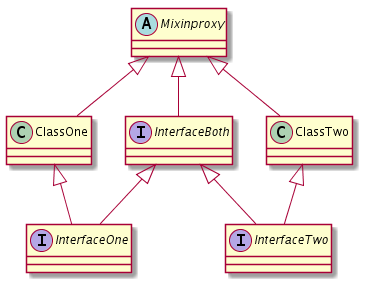
This is uml_what.png from SimonGrad/JavaMixins, a PlantUML export, as it was before one commit. Its diagram source:
```plantuml
@startuml

abstract class Mixinproxy
interface InterfaceOne
interface InterfaceTwo
interface InterfaceBoth

ClassOne <|-- InterfaceOne
ClassTwo <|-- InterfaceTwo
InterfaceBoth <|-- InterfaceOne
InterfaceBoth <|-- InterfaceTwo
Mixinproxy <|-- InterfaceBoth
Mixinproxy <|-- ClassOne
Mixinproxy <|-- ClassTwo

@enduml
```
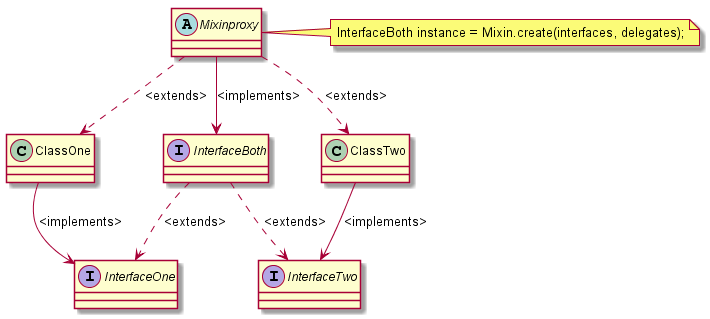
The same file after the commit.

Commit message:
Extended diagram

Diff of the diagram source:
```diff
@@ -1,16 +1,17 @@
 @startuml
-
 abstract class Mixinproxy
 interface InterfaceOne
 interface InterfaceTwo
 interface InterfaceBoth
 
-ClassOne <|-- InterfaceOne
-ClassTwo <|-- InterfaceTwo
-InterfaceBoth <|-- InterfaceOne
-InterfaceBoth <|-- InterfaceTwo
-Mixinproxy <|-- InterfaceBoth
-Mixinproxy <|-- ClassOne
-Mixinproxy <|-- ClassTwo
+ClassOne --> InterfaceOne : <implements>
+ClassTwo --> InterfaceTwo : <implements>
+InterfaceBoth ..> InterfaceOne : <extends>
+InterfaceBoth ..> InterfaceTwo : <extends>
+Mixinproxy --> InterfaceBoth : <implements>
+Mixinproxy ..> ClassOne : <extends>
+Mixinproxy ..> ClassTwo : <extends>
+
+note right of Mixinproxy : InterfaceBoth instance = Mixin.create(interfaces, delegates);
 
 @enduml
```
